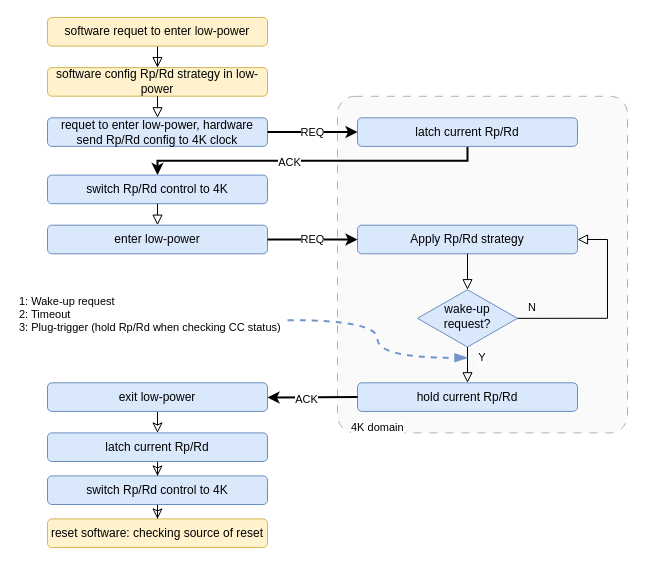
The draw.io diagram pd_rp_rd_lp.drawio in Xhopo/test, before the edit. Source tidied: cells renumbered, new cells numbered last; positions are measured from the earlier drawing's top-left corner, leaving out a move shared by most shapes. Both pictures are drawn from the tidied source at 100%, with x=0, y=0 at pixel (17, 17).
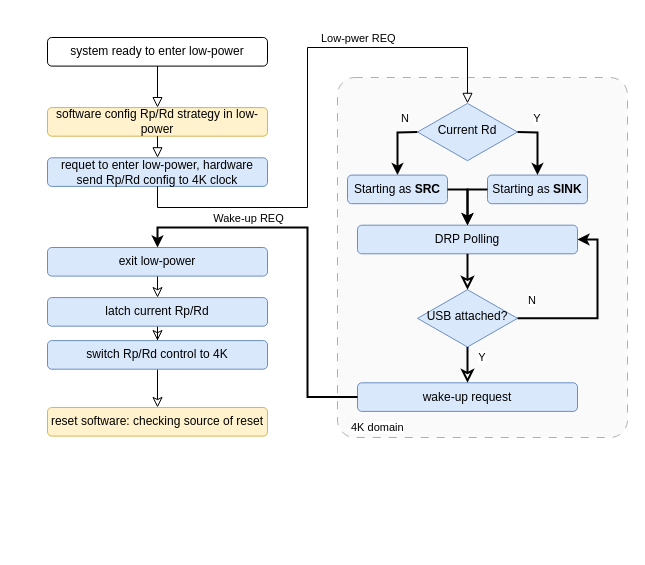
After the change.

The change refers to these unchanged cells:
```xml
<mxCell id="20" value="Y" style="text;html=1;align=center;verticalAlign=middle;whiteSpace=wrap;rounded=0;fontFamily=Helvetica;fontSize=11;fontColor=default;labelBackgroundColor=default;" parent="1" vertex="1">
  <mxGeometry x="450" y="329.5" width="30" height="21.5" as="geometry" />
</mxCell>
```

The edit, as a diff of the source:
```diff
@@
     <mxCell id="2" style="rounded=1;whiteSpace=wrap;html=1;fontFamily=Helvetica;fontSize=11;labelBackgroundColor=default;arcSize=6;dashed=1;dashPattern=8 8;fillColor=#f5f5f5;strokeColor=#666666;fontColor=#333333;opacity=50;" parent="1" vertex="1">
-      <mxGeometry x="320" y="78.8" width="290" height="336.6" as="geometry" />
+      <mxGeometry x="320" y="60" width="290" height="360" as="geometry" />
     </mxCell>
@@
-    <mxCell id="4" value="software&amp;nbsp;requet to enter low-power" style="rounded=1;whiteSpace=wrap;html=1;fontSize=12;glass=0;strokeWidth=1;shadow=0;fillColor=#fff2cc;strokeColor=#d6b656;" parent="1" vertex="1">
-      <mxGeometry x="30" width="220" height="28.6" as="geometry" />
+    <mxCell id="4" value="system ready to enter low-power" style="rounded=1;whiteSpace=wrap;html=1;fontSize=12;glass=0;strokeWidth=1;shadow=0;" parent="1" vertex="1">
+      <mxGeometry x="30" y="20" width="220" height="28.6" as="geometry" />
     </mxCell>
     <mxCell id="5" value="&lt;div&gt;software config Rp/Rd strategy in low-power&lt;/div&gt;" style="rounded=1;whiteSpace=wrap;html=1;fontSize=12;glass=0;strokeWidth=1;shadow=0;fillColor=#fff2cc;strokeColor=#d6b656;" parent="1" vertex="1">
-      <mxGeometry x="30" y="50.1" width="220" height="28.6" as="geometry" />
+      <mxGeometry x="30" y="90.1" width="220" height="28.6" as="geometry" />
     </mxCell>
     <mxCell id="6" value="&lt;div&gt;requet to enter low-power, hardware&lt;/div&gt;&lt;div&gt;send Rp/Rd config to 4K clock&lt;/div&gt;" style="rounded=1;whiteSpace=wrap;html=1;fontSize=12;glass=0;strokeWidth=1;shadow=0;fillColor=#dae8fc;strokeColor=#6c8ebf;" parent="1" vertex="1">
-      <mxGeometry x="30" y="100.3" width="220" height="28.6" as="geometry" />
+      <mxGeometry x="30" y="140.3" width="220" height="28.6" as="geometry" />
     </mxCell>
@@
-    <mxCell id="8" style="edgeStyle=elbowEdgeStyle;rounded=0;jettySize=auto;html=1;exitX=0.5;exitY=1;exitDx=0;exitDy=0;entryX=0.5;entryY=0;entryDx=0;entryDy=0;elbow=vertical;strokeWidth=2;" parent="1" edge="1" source="10" target="11">
+    <mxCell id="8" style="edgeStyle=elbowEdgeStyle;rounded=0;jettySize=auto;html=1;exitX=0;exitY=0.5;exitDx=0;exitDy=0;entryX=0.5;entryY=0;entryDx=0;entryDy=0;elbow=vertical;strokeWidth=2;" parent="1" edge="1" source="36" target="37">
       <mxGeometry relative="1" as="geometry">
         <Array as="points">
-          <mxPoint x="300" y="143.2" />
+          <mxPoint x="390" y="115" />
         </Array>
       </mxGeometry>
     </mxCell>
-    <mxCell id="9" value="ACK" style="edgeLabel;html=1;align=center;verticalAlign=middle;" parent="8" vertex="1">
-      <mxGeometry x="0.14" y="1" relative="1" as="geometry" />
-    </mxCell>
-    <mxCell id="10" value="&lt;div&gt;latch current Rp/Rd&lt;/div&gt;" style="rounded=1;whiteSpace=wrap;html=1;fontSize=12;glass=0;strokeWidth=1;shadow=0;fillColor=#dae8fc;strokeColor=#6c8ebf;" parent="1" vertex="1">
-      <mxGeometry x="340" y="100.3" width="220" height="28.6" as="geometry" />
-    </mxCell>
-    <mxCell id="11" value="&lt;div&gt;switch Rp/Rd control to 4K&lt;/div&gt;" style="rounded=1;whiteSpace=wrap;html=1;fontSize=12;glass=0;strokeWidth=1;shadow=0;fillColor=#dae8fc;strokeColor=#6c8ebf;" parent="1" vertex="1">
-      <mxGeometry x="30" y="157.6" width="220" height="28.6" as="geometry" />
-    </mxCell>
-    <mxCell id="12" value="&lt;div&gt;enter low-power&lt;/div&gt;" style="rounded=1;whiteSpace=wrap;html=1;fontSize=12;glass=0;strokeWidth=1;shadow=0;fillColor=#dae8fc;strokeColor=#6c8ebf;" parent="1" vertex="1">
-      <mxGeometry x="30" y="207.7" width="220" height="28.6" as="geometry" />
-    </mxCell>
-    <mxCell id="13" style="rounded=0;html=1;jettySize=auto;fontSize=11;endArrow=block;endFill=0;endSize=8;strokeWidth=1;shadow=0;labelBackgroundColor=none;edgeStyle=orthogonalEdgeStyle;entryX=0.5;entryY=0;entryDx=0;entryDy=0;exitX=0.5;exitY=1;exitDx=0;exitDy=0;" parent="1" edge="1" source="11" target="12">
-      <mxGeometry relative="1" as="geometry" />
-    </mxCell>
-    <mxCell id="14" value="REQ" style="edgeStyle=elbowEdgeStyle;rounded=0;jettySize=auto;html=1;exitX=1;exitY=0.5;exitDx=0;exitDy=0;entryX=0;entryY=0.5;entryDx=0;entryDy=0;strokeWidth=2;" parent="1" edge="1" source="6" target="10">
-      <mxGeometry relative="1" as="geometry" />
+    <mxCell id="14" style="edgeStyle=orthogonalEdgeStyle;rounded=0;jettySize=auto;html=1;exitX=0.5;exitY=1;exitDx=0;exitDy=0;strokeWidth=1;entryX=0.5;entryY=0;entryDx=0;entryDy=0;shadow=0;strokeColor=default;align=center;verticalAlign=middle;fontFamily=Helvetica;fontSize=11;fontColor=default;labelBackgroundColor=none;endArrow=block;endFill=0;endSize=8;" parent="1" edge="1" source="6" target="36">
+      <mxGeometry relative="1" as="geometry">
+        <Array as="points">
+          <mxPoint x="140" y="190" />
+          <mxPoint x="290" y="190" />
+          <mxPoint x="290" y="30" />
+          <mxPoint x="450" y="30" />
+        </Array>
+      </mxGeometry>
     </mxCell>
-    <mxCell id="15" value="&lt;div&gt;Apply Rp/Rd strategy&lt;/div&gt;" style="rounded=1;whiteSpace=wrap;html=1;fontSize=12;glass=0;strokeWidth=1;shadow=0;fillColor=#dae8fc;strokeColor=#6c8ebf;" parent="1" vertex="1">
+    <mxCell id="15" value="&lt;div&gt;DRP Polling&lt;/div&gt;" style="rounded=1;whiteSpace=wrap;html=1;fontSize=12;glass=0;strokeWidth=1;shadow=0;fillColor=#dae8fc;strokeColor=#6c8ebf;" parent="1" vertex="1">
       <mxGeometry x="340" y="207.7" width="220" height="28.6" as="geometry" />
     </mxCell>
-    <mxCell id="16" value="wake-up request?" style="rhombus;whiteSpace=wrap;html=1;shadow=0;fontFamily=Helvetica;fontSize=12;align=center;strokeWidth=1;spacing=6;spacingTop=-4;fillColor=#dae8fc;strokeColor=#6c8ebf;" parent="1" vertex="1">
+    <mxCell id="16" value="USB attached?" style="rhombus;whiteSpace=wrap;html=1;shadow=0;fontFamily=Helvetica;fontSize=12;align=center;strokeWidth=1;spacing=6;spacingTop=-4;fillColor=#dae8fc;strokeColor=#6c8ebf;" parent="1" vertex="1">
       <mxGeometry x="400" y="272.2" width="100" height="57.3" as="geometry" />
     </mxCell>
-    <mxCell id="17" style="rounded=0;html=1;jettySize=auto;fontSize=11;endArrow=block;endFill=0;endSize=8;strokeWidth=1;shadow=0;labelBackgroundColor=none;edgeStyle=orthogonalEdgeStyle;entryX=0.5;entryY=0;entryDx=0;entryDy=0;exitX=0.5;exitY=1;exitDx=0;exitDy=0;" parent="1" edge="1" source="15" target="16">
+    <mxCell id="17" style="rounded=0;html=1;jettySize=auto;fontSize=11;endArrow=classic;endFill=0;endSize=8;strokeWidth=2;shadow=0;labelBackgroundColor=default;edgeStyle=orthogonalEdgeStyle;entryX=0.5;entryY=0;entryDx=0;entryDy=0;exitX=0.5;exitY=1;exitDx=0;exitDy=0;strokeColor=default;align=center;verticalAlign=middle;fontFamily=Helvetica;fontColor=default;elbow=vertical;" parent="1" edge="1" source="15" target="16">
       <mxGeometry relative="1" as="geometry" />
     </mxCell>
-    <mxCell id="18" style="rounded=0;html=1;jettySize=auto;fontSize=11;endArrow=block;endFill=0;endSize=8;strokeWidth=1;shadow=0;labelBackgroundColor=none;edgeStyle=orthogonalEdgeStyle;entryX=1;entryY=0.5;entryDx=0;entryDy=0;exitX=1;exitY=0.5;exitDx=0;exitDy=0;" parent="1" edge="1" source="16" target="15">
-      <mxGeometry relative="1" as="geometry">
-        <Array as="points">
-          <mxPoint x="590" y="300.8" />
-          <mxPoint x="590" y="222" />
-        </Array>
-      </mxGeometry>
-    </mxCell>
     <mxCell id="19" value="N" style="text;html=1;align=center;verticalAlign=middle;whiteSpace=wrap;rounded=0;fontFamily=Helvetica;fontSize=11;fontColor=default;labelBackgroundColor=default;" parent="1" vertex="1">
-      <mxGeometry x="500" y="279.3" width="30" height="21.5" as="geometry" />
+      <mxGeometry x="500" y="272.2" width="30" height="21.5" as="geometry" />
     </mxCell>
@@
-    <mxCell id="21" value="hold current Rp/Rd" style="rounded=1;whiteSpace=wrap;html=1;fontSize=12;glass=0;strokeWidth=1;shadow=0;fillColor=#dae8fc;strokeColor=#6c8ebf;" parent="1" vertex="1">
+    <mxCell id="21" value="wake-up request" style="rounded=1;whiteSpace=wrap;html=1;fontSize=12;glass=0;strokeWidth=1;shadow=0;fillColor=#dae8fc;strokeColor=#6c8ebf;" parent="1" vertex="1">
       <mxGeometry x="340" y="365.3" width="220" height="28.6" as="geometry" />
     </mxCell>
-    <mxCell id="22" style="rounded=0;html=1;jettySize=auto;fontSize=11;endArrow=block;endFill=0;endSize=8;strokeWidth=1;shadow=0;labelBackgroundColor=none;edgeStyle=orthogonalEdgeStyle;entryX=0.5;entryY=0;entryDx=0;entryDy=0;exitX=0.5;exitY=1;exitDx=0;exitDy=0;" parent="1" edge="1" source="16" target="21">
+    <mxCell id="22" style="rounded=0;html=1;jettySize=auto;fontSize=11;endArrow=classic;endFill=0;endSize=8;strokeWidth=2;shadow=0;labelBackgroundColor=default;edgeStyle=orthogonalEdgeStyle;entryX=0.5;entryY=0;entryDx=0;entryDy=0;exitX=0.5;exitY=1;exitDx=0;exitDy=0;strokeColor=default;align=center;verticalAlign=middle;fontFamily=Helvetica;fontColor=default;elbow=vertical;" parent="1" edge="1" source="16" target="21">
       <mxGeometry relative="1" as="geometry" />
     </mxCell>
-    <mxCell id="23" style="edgeStyle=orthogonalEdgeStyle;shape=connector;rounded=0;jettySize=auto;html=1;exitX=1;exitY=0.75;exitDx=0;exitDy=0;entryX=0;entryY=0.5;entryDx=0;entryDy=0;shadow=0;strokeColor=#7195CA;strokeWidth=2;align=center;verticalAlign=middle;fontFamily=Helvetica;fontSize=11;fontColor=default;labelBackgroundColor=default;endArrow=blockThin;endFill=1;endSize=8;curved=1;dashed=1;" parent="1" edge="1" source="24" target="20">
-      <mxGeometry relative="1" as="geometry" />
-    </mxCell>
-    <mxCell id="24" value="1: Wake-up request&lt;div&gt;2: Timeout&lt;/div&gt;&lt;div&gt;3: Plug-trigger (hold Rp/Rd when checking CC status)&lt;/div&gt;" style="text;html=1;align=left;verticalAlign=middle;whiteSpace=wrap;rounded=0;fontFamily=Helvetica;fontSize=11;fontColor=default;labelBackgroundColor=default;" parent="1" vertex="1">
-      <mxGeometry y="286.5" width="270" height="21.5" as="geometry" />
-    </mxCell>
@@
     <mxCell id="26" value="&lt;div&gt;exit low-power&lt;/div&gt;" style="rounded=1;whiteSpace=wrap;html=1;fontSize=12;glass=0;strokeWidth=1;shadow=0;fillColor=#dae8fc;strokeColor=#6c8ebf;" parent="1" vertex="1">
-      <mxGeometry x="30" y="365.3" width="220" height="28.6" as="geometry" />
+      <mxGeometry x="30" y="230" width="220" height="28.6" as="geometry" />
     </mxCell>
-    <mxCell id="27" value="REQ" style="edgeStyle=elbowEdgeStyle;rounded=0;jettySize=auto;html=1;exitX=1;exitY=0.5;exitDx=0;exitDy=0;entryX=0;entryY=0.5;entryDx=0;entryDy=0;strokeWidth=2;" parent="1" edge="1" source="12" target="15">
-      <mxGeometry relative="1" as="geometry" />
-    </mxCell>
-    <mxCell id="28" style="edgeStyle=elbowEdgeStyle;rounded=0;jettySize=auto;html=1;exitX=0;exitY=0.5;exitDx=0;exitDy=0;entryX=1;entryY=0.5;entryDx=0;entryDy=0;elbow=vertical;strokeWidth=2;" parent="1" edge="1" source="21" target="26">
-      <mxGeometry relative="1" as="geometry" />
+    <mxCell id="28" style="edgeStyle=orthogonalEdgeStyle;rounded=0;jettySize=auto;html=1;exitX=0;exitY=0.5;exitDx=0;exitDy=0;entryX=0.5;entryY=0;entryDx=0;entryDy=0;elbow=vertical;strokeWidth=2;" parent="1" edge="1" source="21" target="26">
+      <mxGeometry relative="1" as="geometry">
+        <Array as="points">
+          <mxPoint x="290" y="380" />
+          <mxPoint x="290" y="210" />
+          <mxPoint x="140" y="210" />
+        </Array>
+      </mxGeometry>
     </mxCell>
-    <mxCell id="29" value="ACK" style="edgeLabel;html=1;align=center;verticalAlign=middle;" parent="28" vertex="1">
-      <mxGeometry x="0.14" y="1" relative="1" as="geometry" />
+    <mxCell id="29" value="Wake-up REQ" style="edgeLabel;html=1;align=center;verticalAlign=middle;" parent="28" vertex="1">
+      <mxGeometry x="0.14" y="1" relative="1" as="geometry">
+        <mxPoint x="-57" y="-11" as="offset" />
+      </mxGeometry>
     </mxCell>
@@
     <mxCell id="31" value="latch current Rp/Rd" style="rounded=1;whiteSpace=wrap;html=1;fontSize=12;glass=0;strokeWidth=1;shadow=0;fillColor=#dae8fc;strokeColor=#6c8ebf;" parent="1" vertex="1">
-      <mxGeometry x="30" y="415.4" width="220" height="28.6" as="geometry" />
+      <mxGeometry x="30" y="280.1" width="220" height="28.6" as="geometry" />
     </mxCell>
@@
     <mxCell id="33" value="&lt;div&gt;switch Rp/Rd control to 4K&lt;/div&gt;" style="rounded=1;whiteSpace=wrap;html=1;fontSize=12;glass=0;strokeWidth=1;shadow=0;fillColor=#dae8fc;strokeColor=#6c8ebf;" parent="1" vertex="1">
-      <mxGeometry x="30" y="458.4" width="220" height="28.6" as="geometry" />
+      <mxGeometry x="30" y="323.1" width="220" height="28.6" as="geometry" />
     </mxCell>
     <mxCell id="34" value="&lt;div&gt;reset software: checking source of reset&lt;/div&gt;" style="rounded=1;whiteSpace=wrap;html=1;fontSize=12;glass=0;strokeWidth=1;shadow=0;fillColor=#fff2cc;strokeColor=#d6b656;" parent="1" vertex="1">
-      <mxGeometry x="30" y="501.4" width="220" height="28.6" as="geometry" />
+      <mxGeometry x="30" y="390" width="220" height="28.6" as="geometry" />
     </mxCell>
@@
+    <mxCell id="36" value="Current Rd" style="rhombus;whiteSpace=wrap;html=1;shadow=0;fontFamily=Helvetica;fontSize=12;align=center;strokeWidth=1;spacing=6;spacingTop=-4;fillColor=#dae8fc;strokeColor=#6c8ebf;" parent="1" vertex="1">
+      <mxGeometry x="400" y="85.9" width="100" height="57.3" as="geometry" />
+    </mxCell>
+    <mxCell id="37" value="&lt;div&gt;Starting as&amp;nbsp;&lt;b&gt;SRC&lt;/b&gt;&lt;/div&gt;" style="rounded=1;whiteSpace=wrap;html=1;fontSize=12;glass=0;strokeWidth=1;shadow=0;fillColor=#dae8fc;strokeColor=#6c8ebf;" parent="1" vertex="1">
+      <mxGeometry x="330" y="157.6" width="100" height="28.6" as="geometry" />
+    </mxCell>
+    <mxCell id="38" value="&lt;div&gt;Starting as&amp;nbsp;&lt;b&gt;SINK&lt;/b&gt;&lt;/div&gt;" style="rounded=1;whiteSpace=wrap;html=1;fontSize=12;glass=0;strokeWidth=1;shadow=0;fillColor=#dae8fc;strokeColor=#6c8ebf;" parent="1" vertex="1">
+      <mxGeometry x="470" y="157.6" width="100" height="28.6" as="geometry" />
+    </mxCell>
+    <mxCell id="39" style="edgeStyle=elbowEdgeStyle;rounded=0;jettySize=auto;html=1;exitX=1;exitY=0.5;exitDx=0;exitDy=0;entryX=0.5;entryY=0;entryDx=0;entryDy=0;elbow=vertical;strokeWidth=2;" parent="1" edge="1" source="36" target="38">
+      <mxGeometry relative="1" as="geometry">
+        <Array as="points">
+          <mxPoint x="530" y="115" />
+        </Array>
+      </mxGeometry>
+    </mxCell>
+    <mxCell id="40" value="Y" style="text;html=1;align=center;verticalAlign=middle;whiteSpace=wrap;rounded=0;fontFamily=Helvetica;fontSize=11;fontColor=default;labelBackgroundColor=default;" parent="1" vertex="1">
+      <mxGeometry x="505" y="90" width="30" height="21.5" as="geometry" />
+    </mxCell>
+    <mxCell id="41" value="N" style="text;html=1;align=center;verticalAlign=middle;whiteSpace=wrap;rounded=0;fontFamily=Helvetica;fontSize=11;fontColor=default;labelBackgroundColor=default;" parent="1" vertex="1">
+      <mxGeometry x="373" y="90" width="30" height="21.5" as="geometry" />
+    </mxCell>
+    <mxCell id="42" style="edgeStyle=elbowEdgeStyle;rounded=0;jettySize=auto;html=1;exitX=1;exitY=0.5;exitDx=0;exitDy=0;entryX=0.5;entryY=0;entryDx=0;entryDy=0;elbow=vertical;strokeWidth=2;" parent="1" edge="1" source="37" target="15">
+      <mxGeometry relative="1" as="geometry">
+        <Array as="points">
+          <mxPoint x="460" y="172" />
+        </Array>
+      </mxGeometry>
+    </mxCell>
+    <mxCell id="43" style="edgeStyle=elbowEdgeStyle;rounded=0;jettySize=auto;html=1;exitX=0;exitY=0.5;exitDx=0;exitDy=0;entryX=0.5;entryY=0;entryDx=0;entryDy=0;elbow=vertical;strokeWidth=2;" parent="1" edge="1" source="38" target="15">
+      <mxGeometry relative="1" as="geometry">
+        <Array as="points">
+          <mxPoint x="450" y="172" />
+        </Array>
+      </mxGeometry>
+    </mxCell>
+    <mxCell id="18" style="edgeStyle=orthogonalEdgeStyle;rounded=0;jettySize=auto;html=1;exitX=1;exitY=0.5;exitDx=0;exitDy=0;entryX=1;entryY=0.5;entryDx=0;entryDy=0;elbow=vertical;strokeWidth=2;" parent="1" edge="1" source="16" target="15">
+      <mxGeometry relative="1" as="geometry">
+        <Array as="points">
+          <mxPoint x="580" y="301" />
+          <mxPoint x="580" y="222" />
+        </Array>
+      </mxGeometry>
+    </mxCell>
+    <mxCell id="44" value="&lt;span style=&quot;color: rgb(0, 0, 0); font-family: Helvetica; font-size: 11px; font-style: normal; font-variant-ligatures: normal; font-variant-caps: normal; font-weight: 400; letter-spacing: normal; orphans: 2; text-align: center; text-indent: 0px; text-transform: none; widows: 2; word-spacing: 0px; -webkit-text-stroke-width: 0px; white-space: nowrap; background-color: rgb(255, 255, 255); text-decoration-thickness: initial; text-decoration-style: initial; text-decoration-color: initial; display: inline !important; float: none;&quot;&gt;Low-pwer REQ&lt;/span&gt;" style="text;whiteSpace=wrap;html=1;" parent="1" vertex="1">
+      <mxGeometry x="302" y="7.3" width="110" height="21.4" as="geometry" />
+    </mxCell>
```
